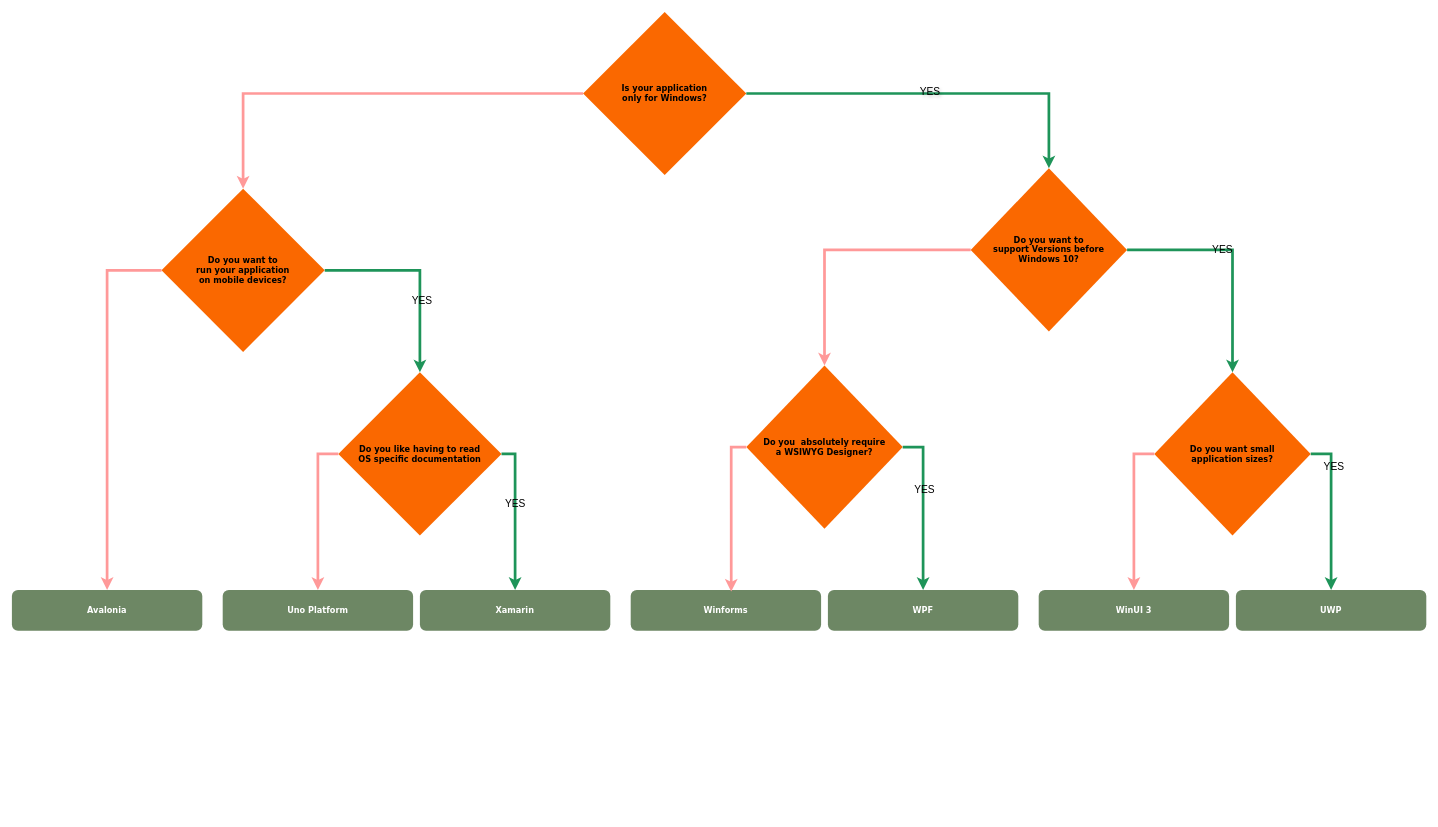
The draw.io diagram Unbenanntes Diagramm.drawio in Insire/diagrams, before the edit. Source tidied: cells renumbered, new cells numbered last; positions are measured from the earlier drawing's top-left corner, leaving out a move shared by most shapes. Both pictures are drawn from the tidied source at 68%, with x=0, y=0 at pixel (12, 12).
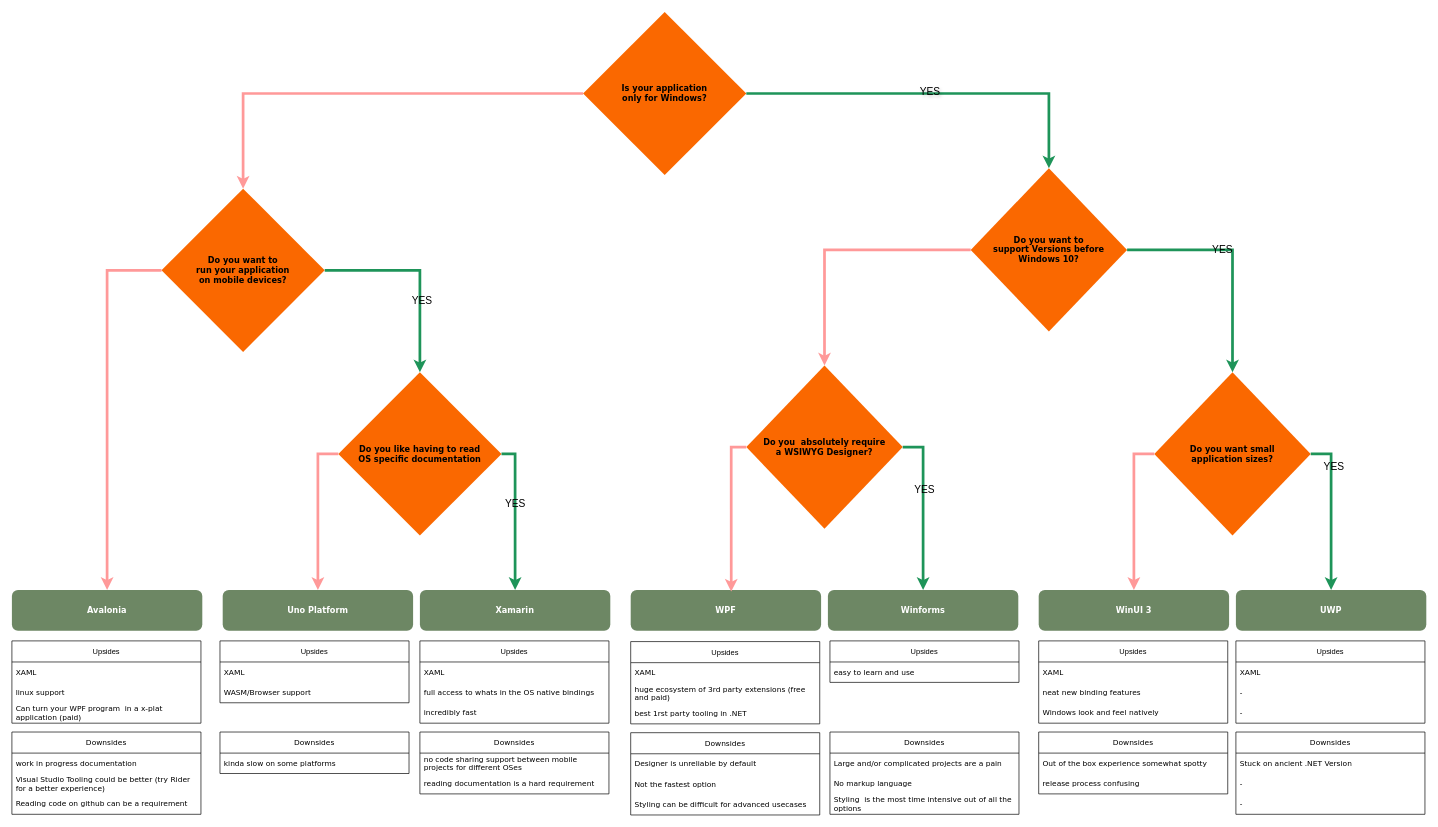
The same page after the edit.

The edit, as a diff of the source:
```diff
@@
-    <mxCell id="6" value="WPF" style="rounded=1;whiteSpace=wrap;html=1;fillColor=#6d8764;strokeColor=none;fontColor=#ffffff;fontFamily=Verdana;fontStyle=1;" parent="1" vertex="1">
+    <mxCell id="6" value="Winforms" style="rounded=1;whiteSpace=wrap;html=1;fillColor=#6d8764;strokeColor=none;fontColor=#ffffff;fontFamily=Verdana;fontStyle=1;" parent="1" vertex="1">
       <mxGeometry x="1200" y="850" width="280" height="60" as="geometry" />
     </mxCell>
-    <mxCell id="7" value="Winforms" style="rounded=1;whiteSpace=wrap;html=1;fillColor=#6d8764;strokeColor=none;fontColor=#ffffff;fontFamily=Verdana;fontStyle=1;align=center;verticalAlign=middle;fontSize=12;" parent="1" vertex="1">
+    <mxCell id="7" value="WPF" style="rounded=1;whiteSpace=wrap;html=1;fillColor=#6d8764;strokeColor=none;fontColor=#ffffff;fontFamily=Verdana;fontStyle=1;align=center;verticalAlign=middle;fontSize=12;" parent="1" vertex="1">
       <mxGeometry x="910" y="850" width="280" height="60" as="geometry" />
     </mxCell>
@@
+    <mxCell id="33" value="Upsides" style="swimlane;fontStyle=0;horizontal=1;startSize=31;whiteSpace=wrap;html=1;fontFamily=Helvetica;fontSize=11;fontColor=default;labelBackgroundColor=default;" parent="1" vertex="1">
+      <mxGeometry x="910" y="926" width="278" height="121" as="geometry" />
+    </mxCell>
+    <mxCell id="34" value="XAML" style="text;strokeColor=none;fillColor=none;align=left;verticalAlign=middle;spacingLeft=4;spacingRight=4;overflow=hidden;whiteSpace=wrap;html=1;fontFamily=Verdana;fontSize=11;fontColor=default;labelBackgroundColor=default;" parent="33" vertex="1">
+      <mxGeometry y="31" width="278" height="30" as="geometry" />
+    </mxCell>
+    <mxCell id="35" value="huge ecosystem of 3rd party extensions (free and paid)" style="text;strokeColor=none;fillColor=none;align=left;verticalAlign=middle;spacingLeft=4;spacingRight=4;overflow=hidden;whiteSpace=wrap;html=1;fontFamily=Verdana;fontSize=11;fontColor=default;labelBackgroundColor=default;" parent="33" vertex="1">
+      <mxGeometry y="61" width="278" height="30" as="geometry" />
+    </mxCell>
+    <mxCell id="36" value="best 1rst party tooling in .NET" style="text;strokeColor=none;fillColor=none;align=left;verticalAlign=middle;spacingLeft=4;spacingRight=4;overflow=hidden;whiteSpace=wrap;html=1;fontFamily=Verdana;fontSize=11;fontColor=default;labelBackgroundColor=default;" parent="33" vertex="1">
+      <mxGeometry y="91" width="278" height="30" as="geometry" />
+    </mxCell>
+    <mxCell id="37" value="Downsides" style="swimlane;fontStyle=0;horizontal=1;startSize=31;whiteSpace=wrap;html=1;fontFamily=Verdana;fontSize=11;fontColor=default;labelBackgroundColor=default;" parent="1" vertex="1">
+      <mxGeometry x="910" y="1060" width="278" height="121" as="geometry" />
+    </mxCell>
+    <mxCell id="38" value="Designer is unreliable by default" style="text;strokeColor=none;fillColor=none;align=left;verticalAlign=middle;spacingLeft=4;spacingRight=4;overflow=hidden;whiteSpace=wrap;html=1;fontFamily=Verdana;fontSize=11;fontColor=default;labelBackgroundColor=default;" parent="37" vertex="1">
+      <mxGeometry y="31" width="278" height="30" as="geometry" />
+    </mxCell>
+    <mxCell id="39" value="Not the fastest option" style="text;strokeColor=none;fillColor=none;align=left;verticalAlign=middle;spacingLeft=4;spacingRight=4;overflow=hidden;whiteSpace=wrap;html=1;fontFamily=Verdana;fontSize=11;fontColor=default;labelBackgroundColor=default;" parent="37" vertex="1">
+      <mxGeometry y="61" width="278" height="30" as="geometry" />
+    </mxCell>
+    <mxCell id="40" value="Styling can be difficult for advanced usecases" style="text;strokeColor=none;fillColor=none;align=left;verticalAlign=middle;spacingLeft=4;spacingRight=4;overflow=hidden;whiteSpace=wrap;html=1;fontFamily=Verdana;fontSize=11;fontColor=default;labelBackgroundColor=default;" parent="37" vertex="1">
+      <mxGeometry y="91" width="278" height="30" as="geometry" />
+    </mxCell>
+    <mxCell id="41" value="Upsides" style="swimlane;fontStyle=0;horizontal=1;startSize=31;whiteSpace=wrap;html=1;fontFamily=Helvetica;fontSize=11;fontColor=default;labelBackgroundColor=default;" parent="1" vertex="1">
+      <mxGeometry x="1203" y="925" width="278" height="61" as="geometry" />
+    </mxCell>
+    <mxCell id="42" value="easy to learn and use" style="text;strokeColor=none;fillColor=none;align=left;verticalAlign=middle;spacingLeft=4;spacingRight=4;overflow=hidden;whiteSpace=wrap;html=1;fontFamily=Verdana;fontSize=11;fontColor=default;labelBackgroundColor=default;" parent="41" vertex="1">
+      <mxGeometry y="31" width="278" height="30" as="geometry" />
+    </mxCell>
+    <mxCell id="43" value="Downsides" style="swimlane;fontStyle=0;horizontal=1;startSize=31;whiteSpace=wrap;html=1;fontFamily=Verdana;fontSize=11;fontColor=default;labelBackgroundColor=default;" parent="1" vertex="1">
+      <mxGeometry x="1203" y="1059" width="278" height="121" as="geometry" />
+    </mxCell>
+    <mxCell id="44" value="Large and/or complicated projects are a pain" style="text;strokeColor=none;fillColor=none;align=left;verticalAlign=middle;spacingLeft=4;spacingRight=4;overflow=hidden;whiteSpace=wrap;html=1;fontFamily=Verdana;fontSize=11;fontColor=default;labelBackgroundColor=default;" parent="43" vertex="1">
+      <mxGeometry y="31" width="278" height="30" as="geometry" />
+    </mxCell>
+    <mxCell id="45" value="No markup language" style="text;strokeColor=none;fillColor=none;align=left;verticalAlign=middle;spacingLeft=4;spacingRight=4;overflow=hidden;whiteSpace=wrap;html=1;fontFamily=Verdana;fontSize=11;fontColor=default;labelBackgroundColor=default;" parent="43" vertex="1">
+      <mxGeometry y="61" width="278" height="30" as="geometry" />
+    </mxCell>
+    <mxCell id="46" value="Styling&amp;nbsp; is the most time intensive out of all the options" style="text;strokeColor=none;fillColor=none;align=left;verticalAlign=middle;spacingLeft=4;spacingRight=4;overflow=hidden;whiteSpace=wrap;html=1;fontFamily=Verdana;fontSize=11;fontColor=default;labelBackgroundColor=default;" parent="43" vertex="1">
+      <mxGeometry y="91" width="278" height="30" as="geometry" />
+    </mxCell>
+    <mxCell id="47" value="Upsides" style="swimlane;fontStyle=0;horizontal=1;startSize=31;whiteSpace=wrap;html=1;fontFamily=Helvetica;fontSize=11;fontColor=default;labelBackgroundColor=default;" parent="1" vertex="1">
+      <mxGeometry x="600" y="925" width="278" height="121" as="geometry" />
+    </mxCell>
+    <mxCell id="48" value="XAML" style="text;strokeColor=none;fillColor=none;align=left;verticalAlign=middle;spacingLeft=4;spacingRight=4;overflow=hidden;whiteSpace=wrap;html=1;fontFamily=Verdana;fontSize=11;fontColor=default;labelBackgroundColor=default;" parent="47" vertex="1">
+      <mxGeometry y="31" width="278" height="30" as="geometry" />
+    </mxCell>
+    <mxCell id="49" value="full access to whats in the OS native bindings" style="text;strokeColor=none;fillColor=none;align=left;verticalAlign=middle;spacingLeft=4;spacingRight=4;overflow=hidden;whiteSpace=wrap;html=1;fontFamily=Verdana;fontSize=11;fontColor=default;labelBackgroundColor=default;" parent="47" vertex="1">
+      <mxGeometry y="61" width="278" height="30" as="geometry" />
+    </mxCell>
+    <mxCell id="50" value="incredibly fast" style="text;strokeColor=none;fillColor=none;align=left;verticalAlign=middle;spacingLeft=4;spacingRight=4;overflow=hidden;whiteSpace=wrap;html=1;fontFamily=Verdana;fontSize=11;fontColor=default;labelBackgroundColor=default;" parent="47" vertex="1">
+      <mxGeometry y="91" width="278" height="30" as="geometry" />
+    </mxCell>
+    <mxCell id="51" value="Downsides" style="swimlane;fontStyle=0;horizontal=1;startSize=31;whiteSpace=wrap;html=1;fontFamily=Verdana;fontSize=11;fontColor=default;labelBackgroundColor=default;" parent="1" vertex="1">
+      <mxGeometry x="600" y="1059" width="278" height="91" as="geometry" />
+    </mxCell>
+    <mxCell id="52" value="no code sharing support between mobile projects for different OSes " style="text;strokeColor=none;fillColor=none;align=left;verticalAlign=middle;spacingLeft=4;spacingRight=4;overflow=hidden;whiteSpace=wrap;html=1;fontFamily=Verdana;fontSize=11;fontColor=default;labelBackgroundColor=default;" parent="51" vertex="1">
+      <mxGeometry y="31" width="278" height="30" as="geometry" />
+    </mxCell>
+    <mxCell id="53" value="reading documentation is a hard requirement" style="text;strokeColor=none;fillColor=none;align=left;verticalAlign=middle;spacingLeft=4;spacingRight=4;overflow=hidden;whiteSpace=wrap;html=1;fontFamily=Verdana;fontSize=11;fontColor=default;labelBackgroundColor=default;" parent="51" vertex="1">
+      <mxGeometry y="61" width="278" height="30" as="geometry" />
+    </mxCell>
+    <mxCell id="54" value="Upsides" style="swimlane;fontStyle=0;horizontal=1;startSize=31;whiteSpace=wrap;html=1;fontFamily=Helvetica;fontSize=11;fontColor=default;labelBackgroundColor=default;" parent="1" vertex="1">
+      <mxGeometry x="306" y="925" width="278" height="91" as="geometry" />
+    </mxCell>
+    <mxCell id="55" value="XAML" style="text;strokeColor=none;fillColor=none;align=left;verticalAlign=middle;spacingLeft=4;spacingRight=4;overflow=hidden;whiteSpace=wrap;html=1;fontFamily=Verdana;fontSize=11;fontColor=default;labelBackgroundColor=default;" parent="54" vertex="1">
+      <mxGeometry y="31" width="278" height="30" as="geometry" />
+    </mxCell>
+    <mxCell id="56" value="WASM/Browser support" style="text;strokeColor=none;fillColor=none;align=left;verticalAlign=middle;spacingLeft=4;spacingRight=4;overflow=hidden;whiteSpace=wrap;html=1;fontFamily=Verdana;fontSize=11;fontColor=default;labelBackgroundColor=default;" parent="54" vertex="1">
+      <mxGeometry y="61" width="278" height="30" as="geometry" />
+    </mxCell>
+    <mxCell id="57" value="Downsides" style="swimlane;fontStyle=0;horizontal=1;startSize=31;whiteSpace=wrap;html=1;fontFamily=Verdana;fontSize=11;fontColor=default;labelBackgroundColor=default;" parent="1" vertex="1">
+      <mxGeometry x="306" y="1059" width="278" height="61" as="geometry" />
+    </mxCell>
+    <mxCell id="58" value="kinda slow on some platforms" style="text;strokeColor=none;fillColor=none;align=left;verticalAlign=middle;spacingLeft=4;spacingRight=4;overflow=hidden;whiteSpace=wrap;html=1;fontFamily=Verdana;fontSize=11;fontColor=default;labelBackgroundColor=default;" parent="57" vertex="1">
+      <mxGeometry y="31" width="278" height="30" as="geometry" />
+    </mxCell>
+    <mxCell id="59" value="Upsides" style="swimlane;fontStyle=0;horizontal=1;startSize=31;whiteSpace=wrap;html=1;fontFamily=Helvetica;fontSize=11;fontColor=default;labelBackgroundColor=default;" parent="1" vertex="1">
+      <mxGeometry y="925" width="278" height="121" as="geometry" />
+    </mxCell>
+    <mxCell id="60" value="XAML" style="text;strokeColor=none;fillColor=none;align=left;verticalAlign=middle;spacingLeft=4;spacingRight=4;overflow=hidden;whiteSpace=wrap;html=1;fontFamily=Verdana;fontSize=11;fontColor=default;labelBackgroundColor=default;" parent="59" vertex="1">
+      <mxGeometry y="31" width="278" height="30" as="geometry" />
+    </mxCell>
+    <mxCell id="61" value="linux support" style="text;strokeColor=none;fillColor=none;align=left;verticalAlign=middle;spacingLeft=4;spacingRight=4;overflow=hidden;whiteSpace=wrap;html=1;fontFamily=Verdana;fontSize=11;fontColor=default;labelBackgroundColor=default;" parent="59" vertex="1">
+      <mxGeometry y="61" width="278" height="30" as="geometry" />
+    </mxCell>
+    <mxCell id="62" value="Can turn your WPF program&amp;nbsp; in a x-plat application (paid)" style="text;strokeColor=none;fillColor=none;align=left;verticalAlign=middle;spacingLeft=4;spacingRight=4;overflow=hidden;whiteSpace=wrap;html=1;fontFamily=Verdana;fontSize=11;fontColor=default;labelBackgroundColor=default;" parent="59" vertex="1">
+      <mxGeometry y="91" width="278" height="30" as="geometry" />
+    </mxCell>
+    <mxCell id="63" value="Downsides" style="swimlane;fontStyle=0;horizontal=1;startSize=31;whiteSpace=wrap;html=1;fontFamily=Verdana;fontSize=11;fontColor=default;labelBackgroundColor=default;" parent="1" vertex="1">
+      <mxGeometry y="1059" width="278" height="121" as="geometry" />
+    </mxCell>
+    <mxCell id="64" value="work in progress documentation" style="text;strokeColor=none;fillColor=none;align=left;verticalAlign=middle;spacingLeft=4;spacingRight=4;overflow=hidden;whiteSpace=wrap;html=1;fontFamily=Verdana;fontSize=11;fontColor=default;labelBackgroundColor=default;" parent="63" vertex="1">
+      <mxGeometry y="31" width="278" height="30" as="geometry" />
+    </mxCell>
+    <mxCell id="65" value="Visual Studio Tooling could be better (try Rider for a better experience)" style="text;strokeColor=none;fillColor=none;align=left;verticalAlign=middle;spacingLeft=4;spacingRight=4;overflow=hidden;whiteSpace=wrap;html=1;fontFamily=Verdana;fontSize=11;fontColor=default;labelBackgroundColor=default;" parent="63" vertex="1">
+      <mxGeometry y="61" width="278" height="30" as="geometry" />
+    </mxCell>
+    <mxCell id="66" value="Reading code on github can be a requirement" style="text;strokeColor=none;fillColor=none;align=left;verticalAlign=middle;spacingLeft=4;spacingRight=4;overflow=hidden;whiteSpace=wrap;html=1;fontFamily=Verdana;fontSize=11;fontColor=default;labelBackgroundColor=default;" parent="63" vertex="1">
+      <mxGeometry y="91" width="278" height="30" as="geometry" />
+    </mxCell>
+    <mxCell id="67" value="Upsides" style="swimlane;fontStyle=0;horizontal=1;startSize=31;whiteSpace=wrap;html=1;fontFamily=Helvetica;fontSize=11;fontColor=default;labelBackgroundColor=default;" parent="1" vertex="1">
+      <mxGeometry x="1510" y="925" width="278" height="121" as="geometry" />
+    </mxCell>
+    <mxCell id="68" value="XAML" style="text;strokeColor=none;fillColor=none;align=left;verticalAlign=middle;spacingLeft=4;spacingRight=4;overflow=hidden;whiteSpace=wrap;html=1;fontFamily=Verdana;fontSize=11;fontColor=default;labelBackgroundColor=default;" parent="67" vertex="1">
+      <mxGeometry y="31" width="278" height="30" as="geometry" />
+    </mxCell>
+    <mxCell id="69" value="neat new binding features" style="text;strokeColor=none;fillColor=none;align=left;verticalAlign=middle;spacingLeft=4;spacingRight=4;overflow=hidden;whiteSpace=wrap;html=1;fontFamily=Verdana;fontSize=11;fontColor=default;labelBackgroundColor=default;" parent="67" vertex="1">
+      <mxGeometry y="61" width="278" height="30" as="geometry" />
+    </mxCell>
+    <mxCell id="70" value="Windows look and feel natively" style="text;strokeColor=none;fillColor=none;align=left;verticalAlign=middle;spacingLeft=4;spacingRight=4;overflow=hidden;whiteSpace=wrap;html=1;fontFamily=Verdana;fontSize=11;fontColor=default;labelBackgroundColor=default;" parent="67" vertex="1">
+      <mxGeometry y="91" width="278" height="30" as="geometry" />
+    </mxCell>
+    <mxCell id="71" value="Downsides" style="swimlane;fontStyle=0;horizontal=1;startSize=31;whiteSpace=wrap;html=1;fontFamily=Verdana;fontSize=11;fontColor=default;labelBackgroundColor=default;" parent="1" vertex="1">
+      <mxGeometry x="1510" y="1059" width="278" height="91" as="geometry" />
+    </mxCell>
+    <mxCell id="72" value="Out of the box experience somewhat spotty" style="text;strokeColor=none;fillColor=none;align=left;verticalAlign=middle;spacingLeft=4;spacingRight=4;overflow=hidden;whiteSpace=wrap;html=1;fontFamily=Verdana;fontSize=11;fontColor=default;labelBackgroundColor=default;" parent="71" vertex="1">
+      <mxGeometry y="31" width="278" height="30" as="geometry" />
+    </mxCell>
+    <mxCell id="73" value="release process confusing" style="text;strokeColor=none;fillColor=none;align=left;verticalAlign=middle;spacingLeft=4;spacingRight=4;overflow=hidden;whiteSpace=wrap;html=1;fontFamily=Verdana;fontSize=11;fontColor=default;labelBackgroundColor=default;" parent="71" vertex="1">
+      <mxGeometry y="61" width="278" height="30" as="geometry" />
+    </mxCell>
+    <mxCell id="74" value="Upsides" style="swimlane;fontStyle=0;horizontal=1;startSize=31;whiteSpace=wrap;html=1;fontFamily=Helvetica;fontSize=11;fontColor=default;labelBackgroundColor=default;" parent="1" vertex="1">
+      <mxGeometry x="1800" y="925" width="278" height="121" as="geometry" />
+    </mxCell>
+    <mxCell id="75" value="XAML" style="text;strokeColor=none;fillColor=none;align=left;verticalAlign=middle;spacingLeft=4;spacingRight=4;overflow=hidden;whiteSpace=wrap;html=1;fontFamily=Verdana;fontSize=11;fontColor=default;labelBackgroundColor=default;" parent="74" vertex="1">
+      <mxGeometry y="31" width="278" height="30" as="geometry" />
+    </mxCell>
+    <mxCell id="76" value="-" style="text;strokeColor=none;fillColor=none;align=left;verticalAlign=middle;spacingLeft=4;spacingRight=4;overflow=hidden;whiteSpace=wrap;html=1;fontFamily=Verdana;fontSize=11;fontColor=default;labelBackgroundColor=default;" parent="74" vertex="1">
+      <mxGeometry y="61" width="278" height="30" as="geometry" />
+    </mxCell>
+    <mxCell id="77" value="-" style="text;strokeColor=none;fillColor=none;align=left;verticalAlign=middle;spacingLeft=4;spacingRight=4;overflow=hidden;whiteSpace=wrap;html=1;fontFamily=Verdana;fontSize=11;fontColor=default;labelBackgroundColor=default;" parent="74" vertex="1">
+      <mxGeometry y="91" width="278" height="30" as="geometry" />
+    </mxCell>
+    <mxCell id="78" value="Downsides" style="swimlane;fontStyle=0;horizontal=1;startSize=31;whiteSpace=wrap;html=1;fontFamily=Verdana;fontSize=11;fontColor=default;labelBackgroundColor=default;" parent="1" vertex="1">
+      <mxGeometry x="1800" y="1059" width="278" height="121" as="geometry" />
+    </mxCell>
+    <mxCell id="79" value="&lt;div&gt;Stuck on ancient .NET Version&lt;/div&gt;" style="text;strokeColor=none;fillColor=none;align=left;verticalAlign=middle;spacingLeft=4;spacingRight=4;overflow=hidden;whiteSpace=wrap;html=1;fontFamily=Verdana;fontSize=11;fontColor=default;labelBackgroundColor=default;" parent="78" vertex="1">
+      <mxGeometry y="31" width="278" height="30" as="geometry" />
+    </mxCell>
+    <mxCell id="80" value="-" style="text;strokeColor=none;fillColor=none;align=left;verticalAlign=middle;spacingLeft=4;spacingRight=4;overflow=hidden;whiteSpace=wrap;html=1;fontFamily=Verdana;fontSize=11;fontColor=default;labelBackgroundColor=default;" parent="78" vertex="1">
+      <mxGeometry y="61" width="278" height="30" as="geometry" />
+    </mxCell>
+    <mxCell id="81" value="-" style="text;strokeColor=none;fillColor=none;align=left;verticalAlign=middle;spacingLeft=4;spacingRight=4;overflow=hidden;whiteSpace=wrap;html=1;fontFamily=Verdana;fontSize=11;fontColor=default;labelBackgroundColor=default;" parent="78" vertex="1">
+      <mxGeometry y="91" width="278" height="30" as="geometry" />
+    </mxCell>
```
